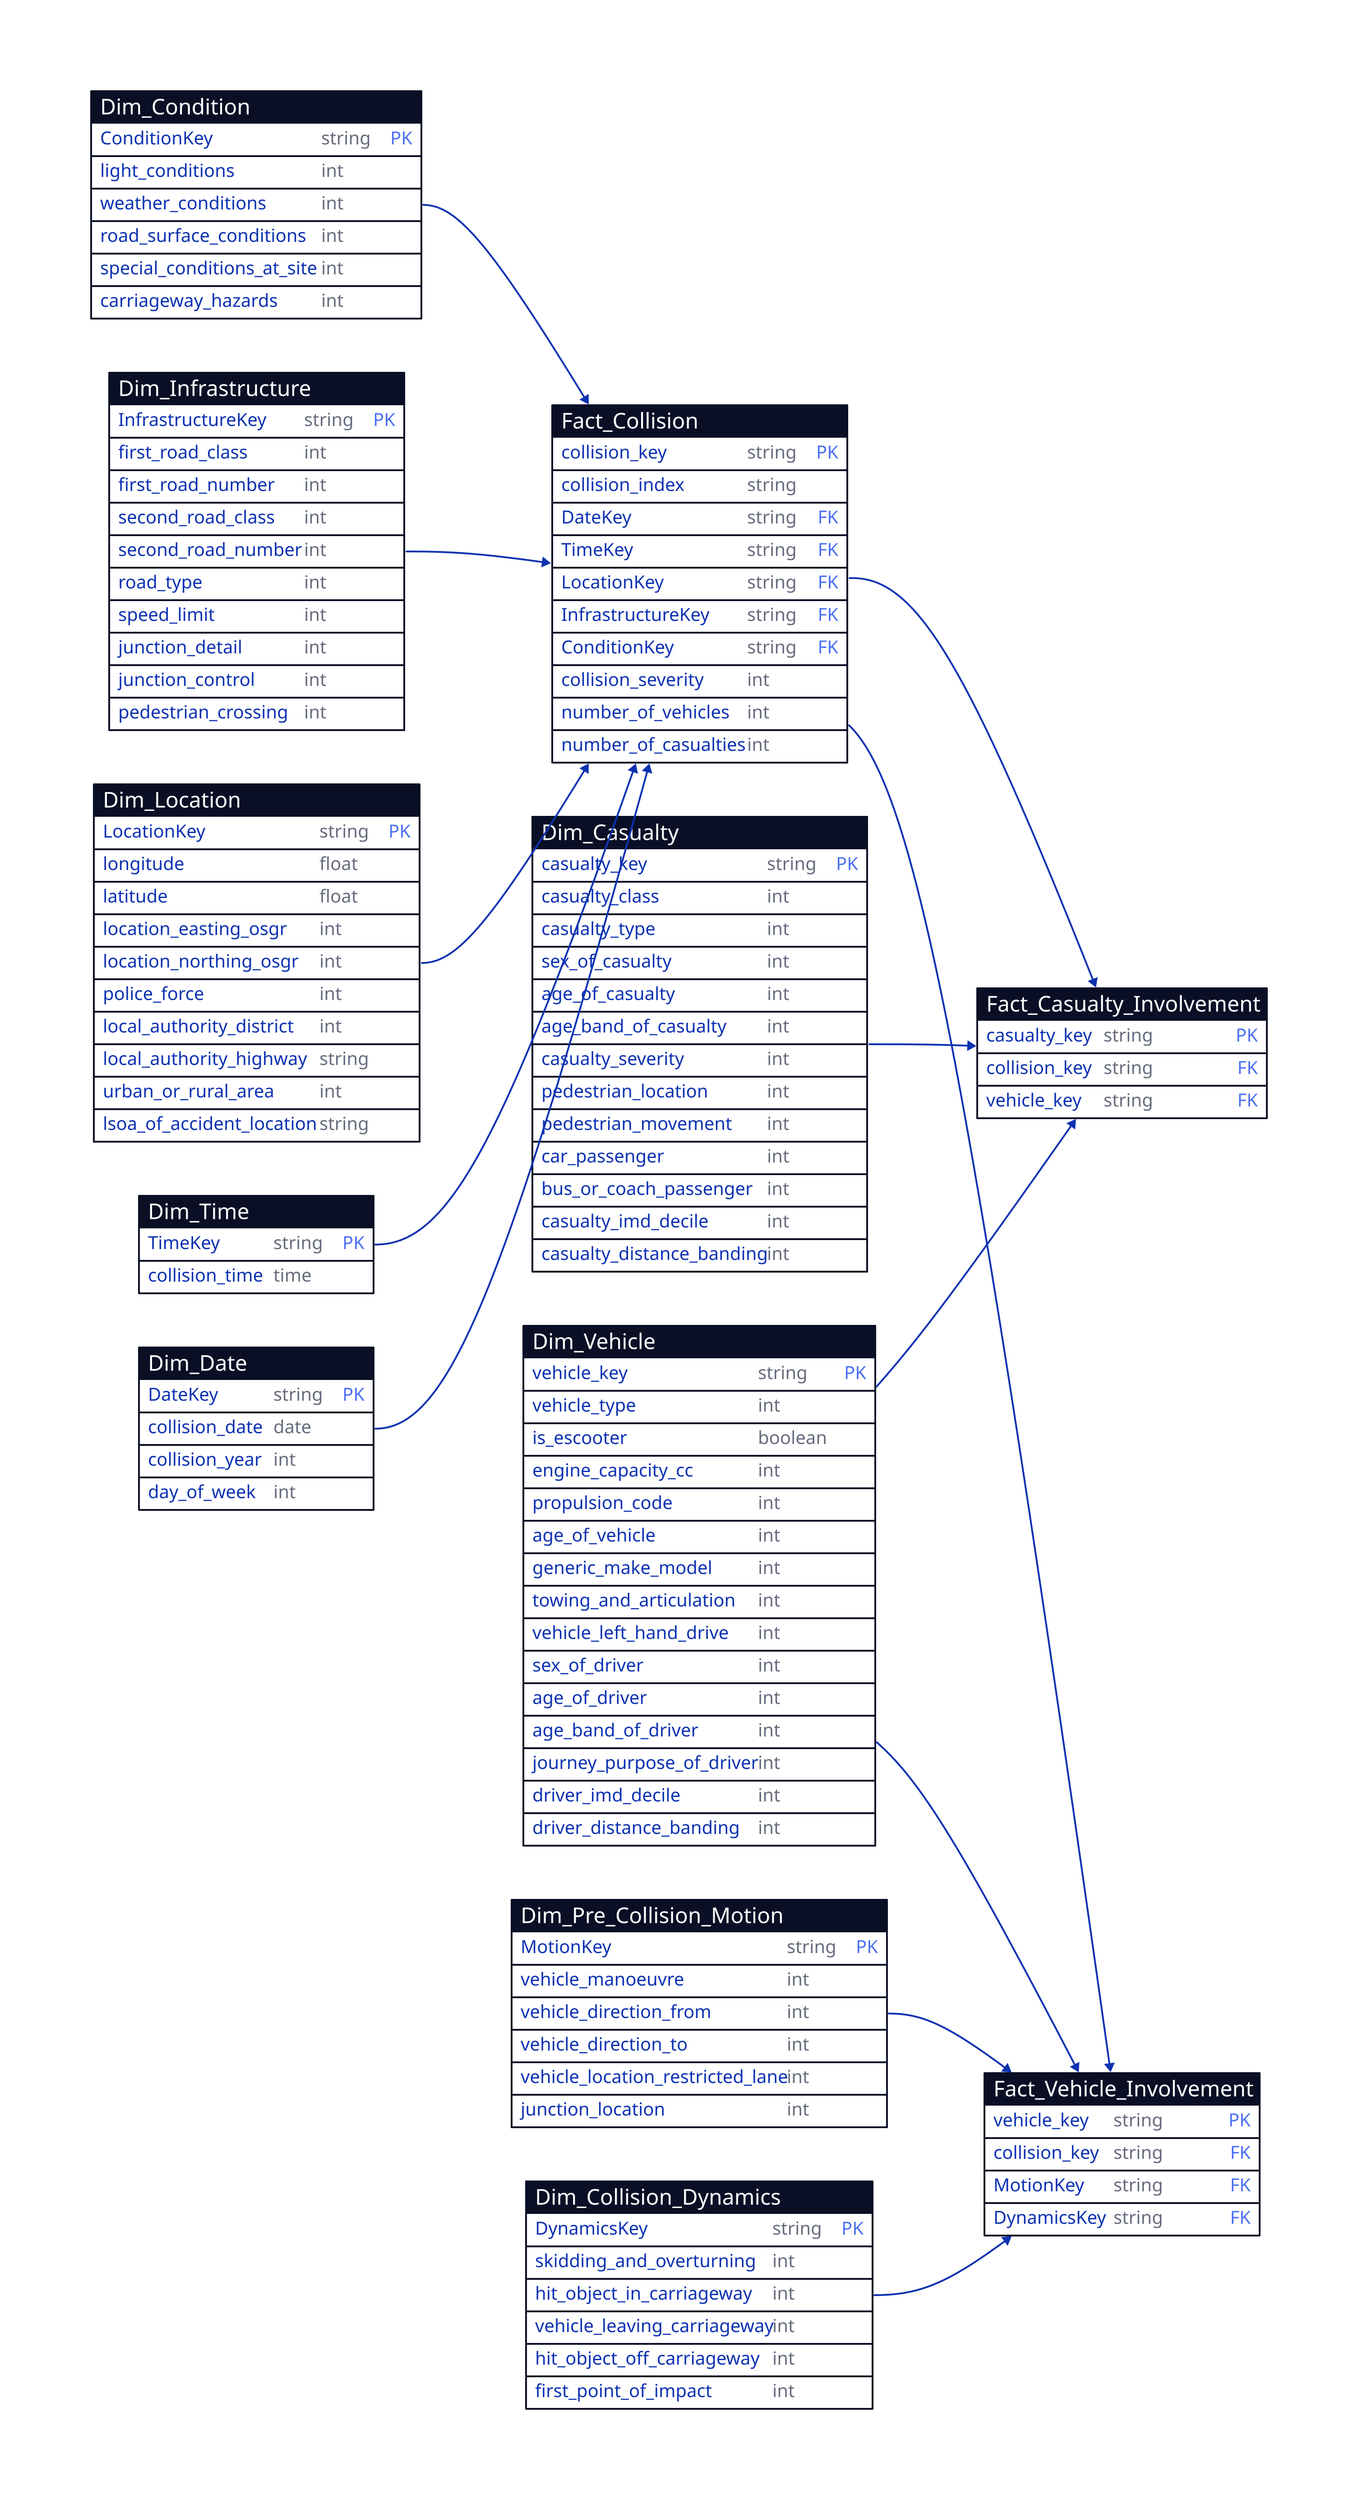
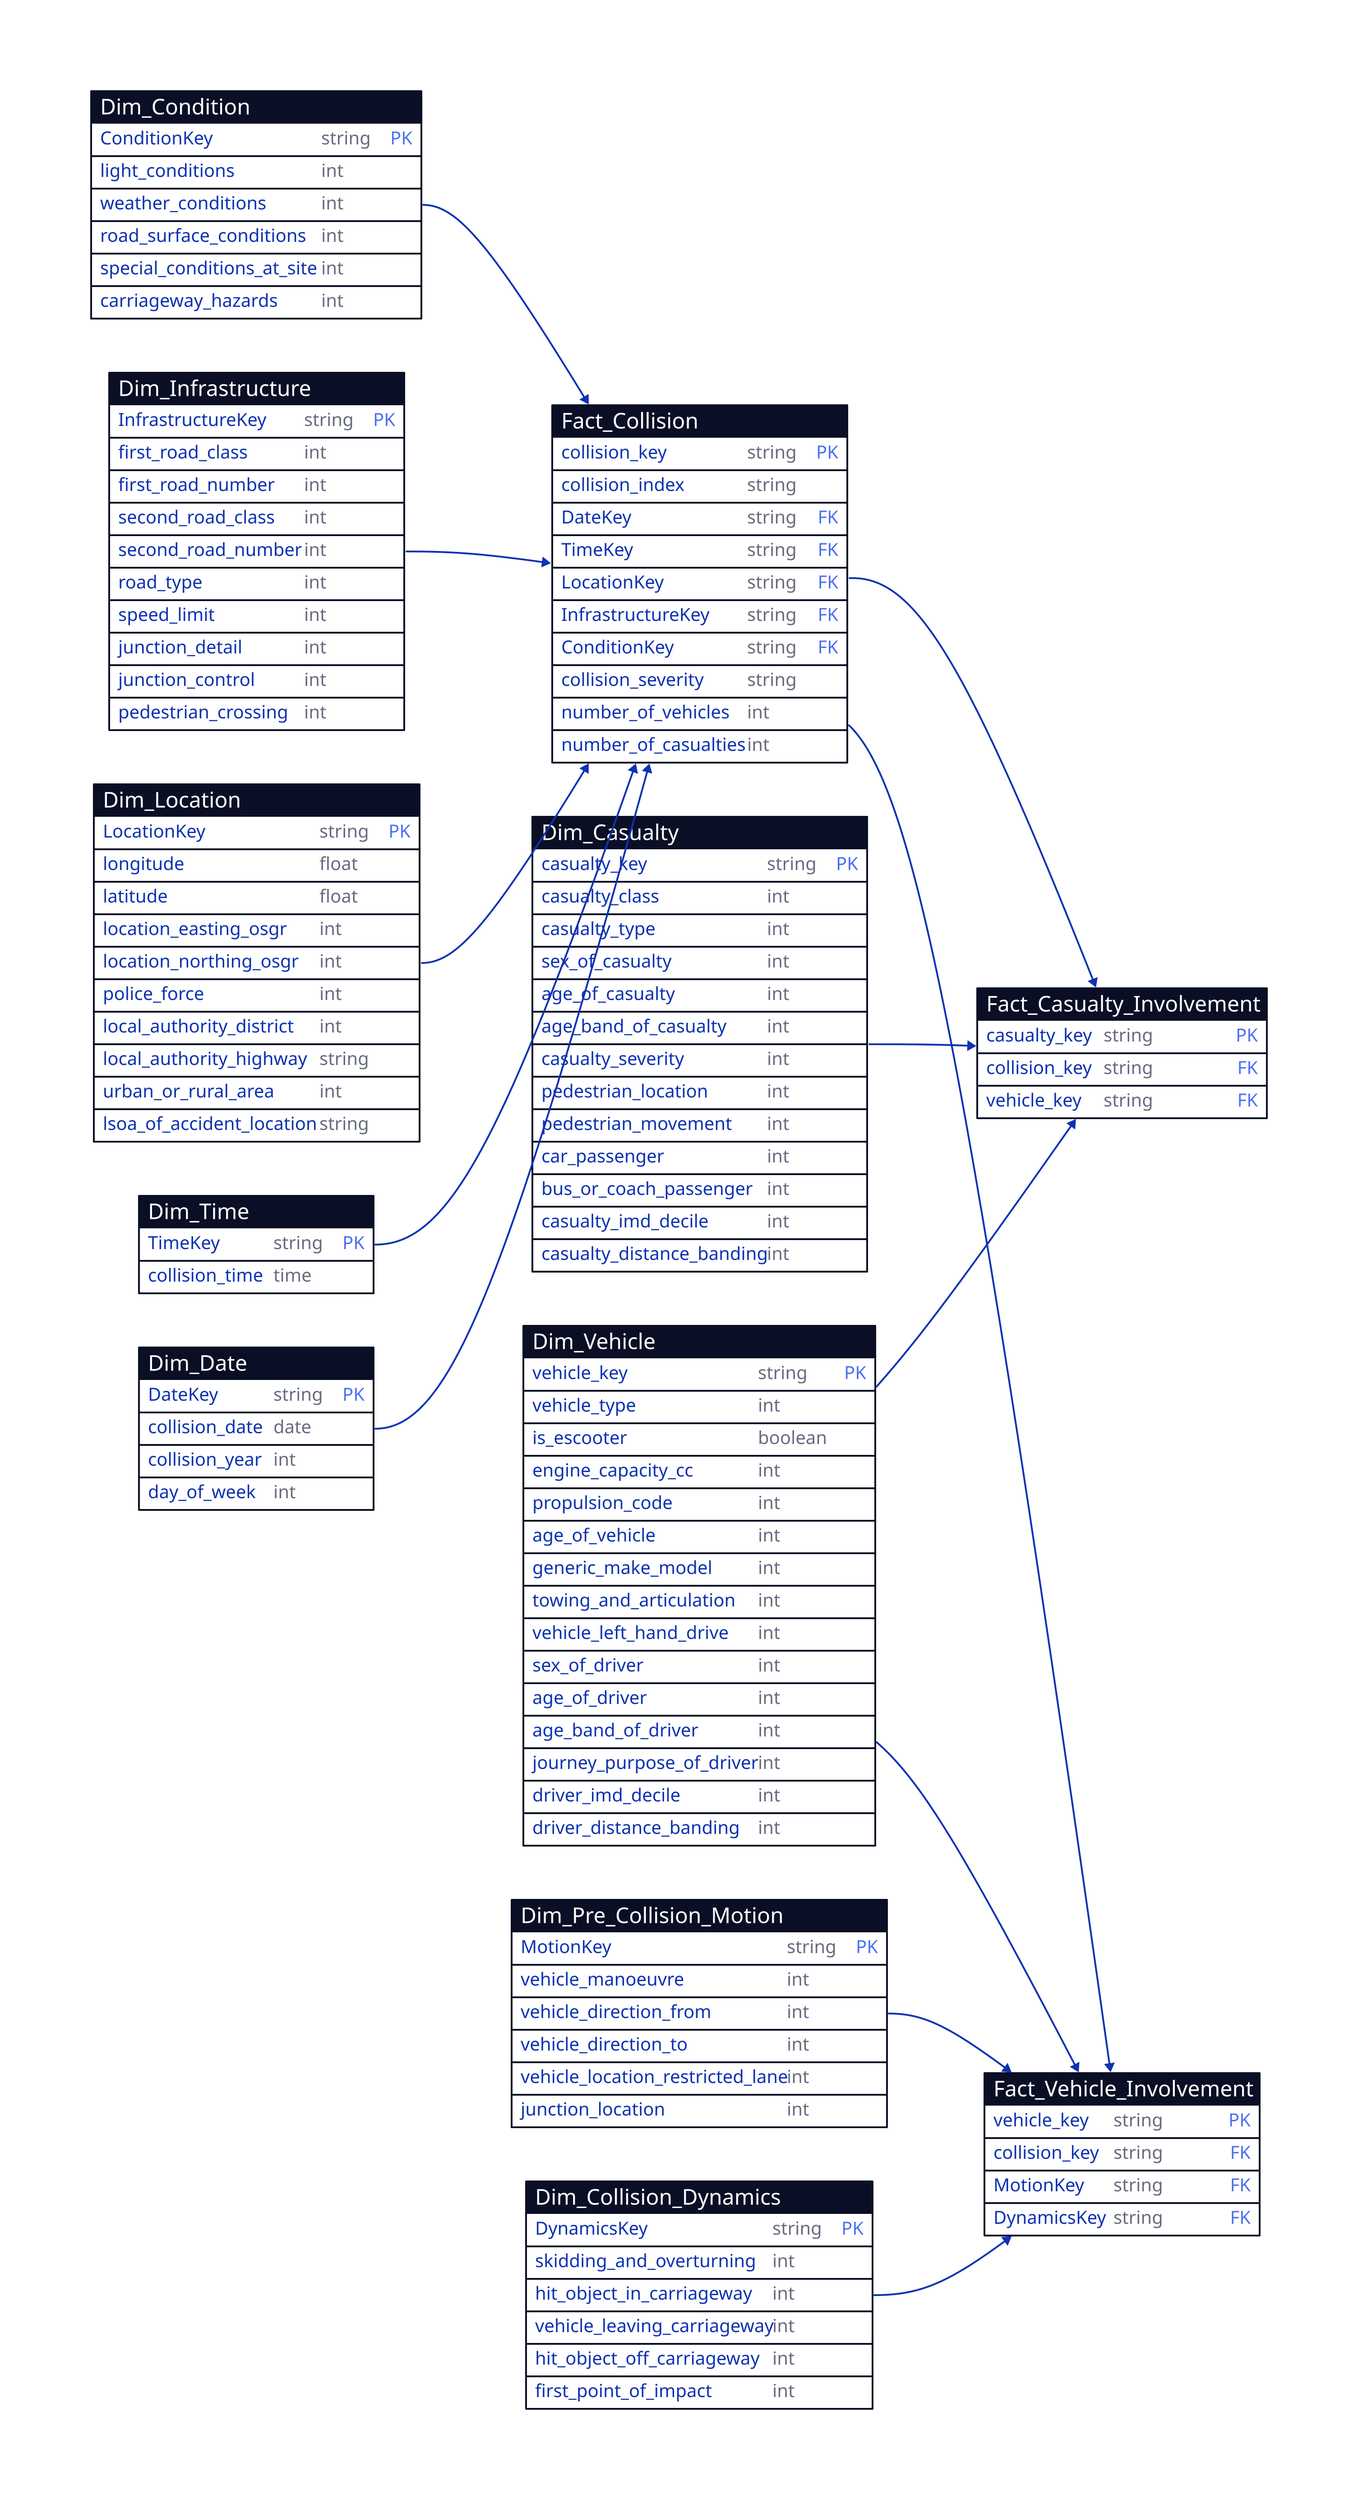
direction: right

# Fact Tables
Fact_Collision: {
  shape: sql_table
  collision_key: string {constraint: primary_key}
  collision_index: string
  DateKey: string {constraint: foreign_key}
  TimeKey: string {constraint: foreign_key}
  LocationKey: string {constraint: foreign_key}
  InfrastructureKey: string {constraint: foreign_key}
  ConditionKey: string {constraint: foreign_key}
-   collision_severity: int
+   collision_severity: string
  number_of_vehicles: int
  number_of_casualties: int
  # skip these two (they are more complex and their handling will be added later)
  # enhanced_severity_collision: int
  # collision_injury_based: int
}

Fact_Vehicle_Involvement: {
  shape: sql_table
  vehicle_key: string {constraint: primary_key}
  collision_key: string {constraint: foreign_key}
  MotionKey: string {constraint: foreign_key}
  DynamicsKey: string {constraint: foreign_key}
}

Fact_Casualty_Involvement: {
  shape: sql_table
  casualty_key: string {constraint: primary_key}
  collision_key: string {constraint: foreign_key}
  vehicle_key: string {constraint: foreign_key}
}

# Dimension Tables
Dim_Casualty: {
  shape: sql_table
  casualty_key: string {constraint: primary_key}
  casualty_class: int
  casualty_type: int
  sex_of_casualty: int
  age_of_casualty: int
  age_band_of_casualty: int
  casualty_severity: int
  pedestrian_location: int
  pedestrian_movement: int
  car_passenger: int
  bus_or_coach_passenger: int
  casualty_imd_decile: int
  casualty_distance_banding: int
}

Dim_Vehicle: {
  shape: sql_table
  vehicle_key: string {constraint: primary_key}
  vehicle_type: int
  is_escooter: boolean
  engine_capacity_cc: int
  propulsion_code: int
  age_of_vehicle: int
  generic_make_model: int
  towing_and_articulation: int
  vehicle_left_hand_drive: int
  sex_of_driver: int
  age_of_driver: int
  age_band_of_driver: int
  journey_purpose_of_driver: int
  driver_imd_decile: int
  driver_distance_banding: int
}

Dim_Date: {
  shape: sql_table
  DateKey: string {constraint: primary_key}
  collision_date: date
  collision_year: int
  day_of_week: int
}

Dim_Time: {
  shape: sql_table
  TimeKey: string {constraint: primary_key}
  collision_time: time
}

Dim_Location: {
  shape: sql_table
  LocationKey: string {constraint: primary_key}
  longitude: float
  latitude: float
  location_easting_osgr: int
  location_northing_osgr: int
  police_force: int
  local_authority_district: int
  local_authority_highway: string
  urban_or_rural_area: int
  lsoa_of_accident_location: string
}

Dim_Infrastructure: {
  shape: sql_table
  InfrastructureKey: string {constraint: primary_key}
  first_road_class: int
  first_road_number: int
  second_road_class: int
  second_road_number: int
  road_type: int
  speed_limit: int
  junction_detail: int
  junction_control: int
  pedestrian_crossing: int
}

Dim_Condition: {
  shape: sql_table
  ConditionKey: string {constraint: primary_key}
  light_conditions: int
  weather_conditions: int
  road_surface_conditions: int
  special_conditions_at_site: int
  carriageway_hazards: int
}

Dim_Pre_Collision_Motion: {
  shape: sql_table
  MotionKey: string {constraint: primary_key}
  vehicle_manoeuvre: int
  vehicle_direction_from: int
  vehicle_direction_to: int
  vehicle_location_restricted_lane: int
  junction_location: int
}

Dim_Collision_Dynamics: {
  shape: sql_table
  DynamicsKey: string {constraint: primary_key}
  skidding_and_overturning: int
  hit_object_in_carriageway: int
  vehicle_leaving_carriageway: int
  hit_object_off_carriageway: int
  first_point_of_impact: int
}

# Dimensions to Fact_Collision (Level 1 Grain)
Dim_Date.DateKey -> Fact_Collision.DateKey
Dim_Time.TimeKey -> Fact_Collision.TimeKey
Dim_Location.LocationKey -> Fact_Collision.LocationKey
Dim_Infrastructure.InfrastructureKey -> Fact_Collision.InfrastructureKey
Dim_Condition.ConditionKey -> Fact_Collision.ConditionKey

# Dimensions to Fact_Vehicle_Involvement (Level 2 Grain)
Dim_Vehicle.vehicle_key -> Fact_Vehicle_Involvement.vehicle_key
Dim_Pre_Collision_Motion.MotionKey -> Fact_Vehicle_Involvement.MotionKey
Dim_Collision_Dynamics.DynamicsKey -> Fact_Vehicle_Involvement.DynamicsKey

# Dimensions to Fact_Casualty_Involvement (Level 2 Grain)
Dim_Casualty.casualty_key -> Fact_Casualty_Involvement.casualty_key
Dim_Vehicle.vehicle_key -> Fact_Casualty_Involvement.vehicle_key

# Fact to Fact Relationships (Factless Fact Link)
Fact_Collision.collision_key -> Fact_Vehicle_Involvement.collision_key
Fact_Collision.collision_key -> Fact_Casualty_Involvement.collision_key